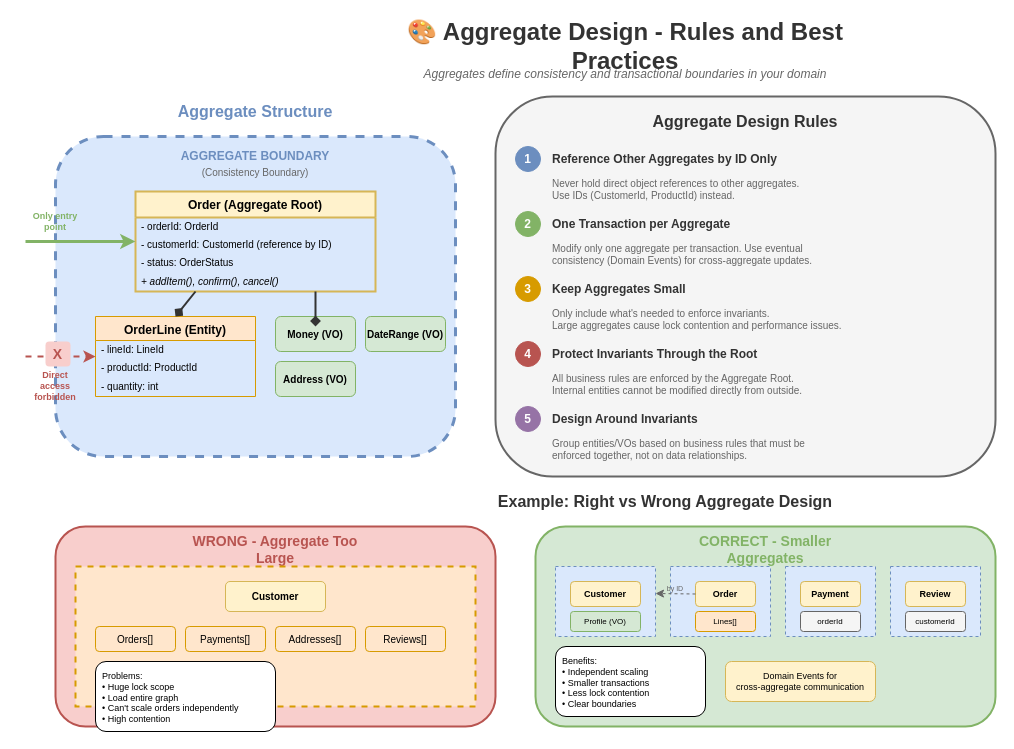
Before: lesson-01-software-design-architecture/diagrams/1.5.3-ddd-aggregate-design.drawio in MrParkerZ7/document-lesson-software-architect-x-claude, a draw.io diagram. Source tidied: cells renumbered, new cells numbered last; positions are measured from the earlier drawing's top-left corner, leaving out a move shared by most shapes. Both pictures are drawn from the tidied source at 100%, with x=0, y=0 at pixel (25, 26).
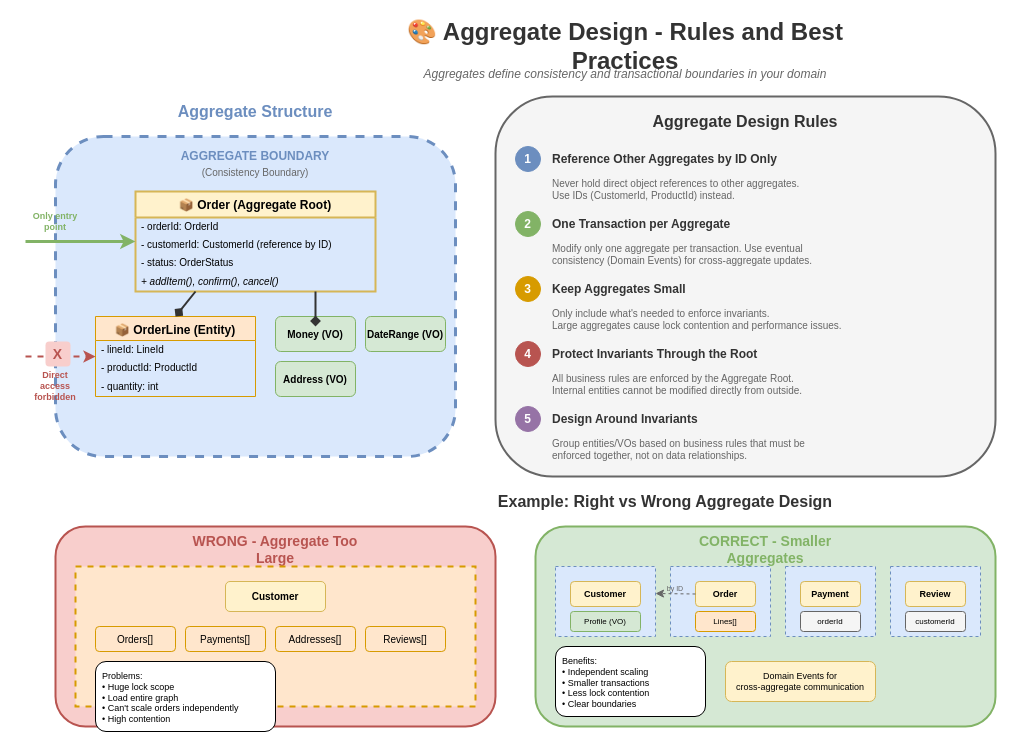
Above is the later version.

What changed in the source:
```diff
@@
-    <mxCell id="8" value="Order (Aggregate Root)" style="swimlane;fontStyle=1;align=center;verticalAlign=top;horizontal=1;startSize=26;fillColor=#fff2cc;strokeColor=#d6b656;strokeWidth=2;" parent="1" vertex="1">
+    <mxCell id="8" value="📦 Order (Aggregate Root)" style="swimlane;fontStyle=1;align=center;verticalAlign=top;horizontal=1;startSize=26;fillColor=#fff2cc;strokeColor=#d6b656;strokeWidth=2;" parent="1" vertex="1">
       <mxGeometry x="110" y="165" width="240" height="100" as="geometry" />
     </mxCell>
@@
-    <mxCell id="13" value="OrderLine (Entity)" style="swimlane;fontStyle=1;align=center;verticalAlign=top;horizontal=1;startSize=24;fillColor=#ffe6cc;strokeColor=#d79b00;" parent="1" vertex="1">
+    <mxCell id="13" value="📦 OrderLine (Entity)" style="swimlane;fontStyle=1;align=center;verticalAlign=top;horizontal=1;startSize=24;fillColor=#ffe6cc;strokeColor=#d79b00;" parent="1" vertex="1">
       <mxGeometry x="70" y="290" width="160" height="80" as="geometry" />
     </mxCell>
```
